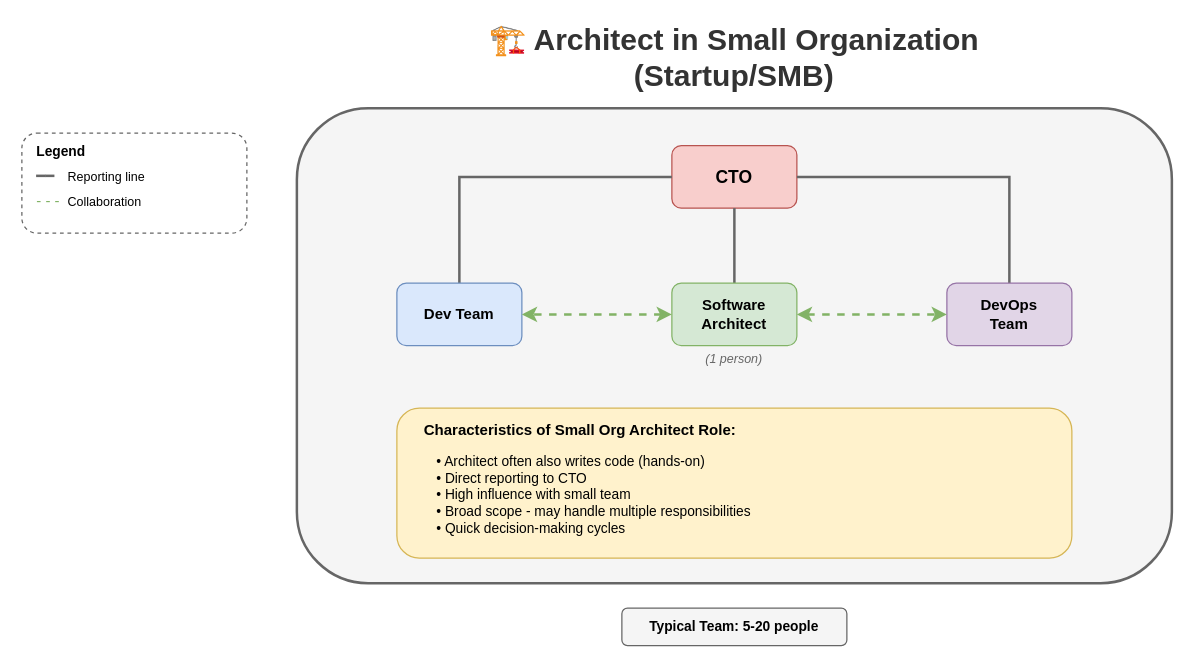
This is lesson-00-software-architect-overview/02-organizational-positioning/2.1-org-structure-small.drawio from MrParkerZ7/document-lesson-software-architect-x-claude, a draw.io file, before an edit. Source tidied: cells renumbered, new cells numbered last; positions are measured from the earlier drawing's top-left corner, leaving out a move shared by most shapes. Both pictures are drawn from the tidied source at 125%, with x=0, y=0 at pixel (21, 32).
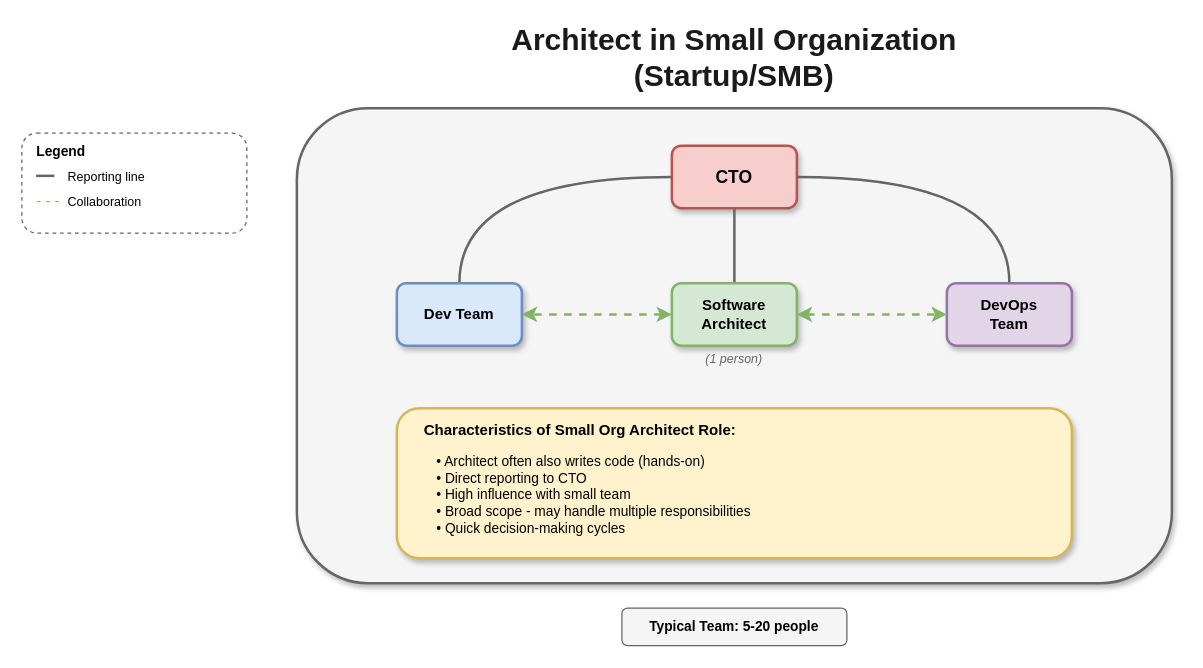
Above is the later version.

What changed in the source:
```diff
@@
-    <mxCell id="2" value="🏗️ Architect in Small Organization (Startup/SMB)" style="text;html=1;strokeColor=none;fillColor=none;align=center;verticalAlign=middle;whiteSpace=wrap;rounded=0;fontSize=24;fontStyle=1;fontColor=#333333;" parent="1" vertex="1">
+    <mxCell id="2" value="Architect in Small Organization (Startup/SMB)" style="text;html=1;strokeColor=none;fillColor=none;align=center;verticalAlign=middle;whiteSpace=wrap;rounded=0;fontSize=24;fontStyle=1;fontColor=#1a1a1a;" parent="1" vertex="1">
       <mxGeometry x="320" width="500" height="40" as="geometry" />
     </mxCell>
-    <mxCell id="3" style="rounded=1;whiteSpace=wrap;html=1;fillColor=#f5f5f5;strokeColor=#666666;strokeWidth=2;" parent="1" vertex="1">
+    <mxCell id="3" style="rounded=1;whiteSpace=wrap;html=1;fillColor=#f5f5f5;strokeColor=#666666;strokeWidth=2;shadow=1;" parent="1" vertex="1">
       <mxGeometry x="220" y="60" width="700" height="380" as="geometry" />
     </mxCell>
-    <mxCell id="4" value="CTO" style="rounded=1;whiteSpace=wrap;html=1;fillColor=#f8cecc;strokeColor=#b85450;fontSize=14;fontStyle=1;" parent="1" vertex="1">
+    <mxCell id="4" value="CTO" style="rounded=1;whiteSpace=wrap;html=1;fillColor=#f8cecc;strokeColor=#b85450;fontSize=14;fontStyle=1;shadow=1;strokeWidth=2;" parent="1" vertex="1">
       <mxGeometry x="520" y="90" width="100" height="50" as="geometry" />
     </mxCell>
-    <mxCell id="5" style="edgeStyle=orthogonalEdgeStyle;rounded=0;html=1;strokeColor=#666666;strokeWidth=2;endArrow=none;" parent="1" edge="1" source="4" target="8">
+    <mxCell id="5" style="edgeStyle=orthogonalEdgeStyle;curved=1;rounded=1;html=1;strokeColor=#666666;strokeWidth=2;endArrow=none;jumpStyle=arc;jumpSize=10;" parent="1" edge="1" source="4" target="8">
       <mxGeometry relative="1" as="geometry" />
     </mxCell>
-    <mxCell id="6" style="edgeStyle=orthogonalEdgeStyle;rounded=0;html=1;strokeColor=#666666;strokeWidth=2;endArrow=none;" parent="1" edge="1" source="4" target="9">
+    <mxCell id="6" style="edgeStyle=orthogonalEdgeStyle;curved=1;rounded=1;html=1;strokeColor=#666666;strokeWidth=2;endArrow=none;jumpStyle=arc;jumpSize=10;" parent="1" edge="1" source="4" target="9">
       <mxGeometry relative="1" as="geometry" />
     </mxCell>
-    <mxCell id="7" style="edgeStyle=orthogonalEdgeStyle;rounded=0;html=1;strokeColor=#666666;strokeWidth=2;endArrow=none;" parent="1" edge="1" source="4" target="10">
+    <mxCell id="7" style="edgeStyle=orthogonalEdgeStyle;curved=1;rounded=1;html=1;strokeColor=#666666;strokeWidth=2;endArrow=none;jumpStyle=arc;jumpSize=10;" parent="1" edge="1" source="4" target="10">
       <mxGeometry relative="1" as="geometry" />
     </mxCell>
-    <mxCell id="8" value="Dev Team" style="rounded=1;whiteSpace=wrap;html=1;fillColor=#dae8fc;strokeColor=#6c8ebf;fontSize=12;fontStyle=1;" parent="1" vertex="1">
+    <mxCell id="8" value="Dev Team" style="rounded=1;whiteSpace=wrap;html=1;fillColor=#dae8fc;strokeColor=#6c8ebf;fontSize=12;fontStyle=1;shadow=1;strokeWidth=2;" parent="1" vertex="1">
       <mxGeometry x="300" y="200" width="100" height="50" as="geometry" />
     </mxCell>
-    <mxCell id="9" value="Software&#10;Architect" style="rounded=1;whiteSpace=wrap;html=1;fillColor=#d5e8d4;strokeColor=#82b366;fontSize=12;fontStyle=1;" parent="1" vertex="1">
+    <mxCell id="9" value="Software&#10;Architect" style="rounded=1;whiteSpace=wrap;html=1;fillColor=#d5e8d4;strokeColor=#82b366;fontSize=12;fontStyle=1;shadow=1;strokeWidth=2;" parent="1" vertex="1">
       <mxGeometry x="520" y="200" width="100" height="50" as="geometry" />
     </mxCell>
-    <mxCell id="10" value="DevOps&#10;Team" style="rounded=1;whiteSpace=wrap;html=1;fillColor=#e1d5e7;strokeColor=#9673a6;fontSize=12;fontStyle=1;" parent="1" vertex="1">
+    <mxCell id="10" value="DevOps&#10;Team" style="rounded=1;whiteSpace=wrap;html=1;fillColor=#e1d5e7;strokeColor=#9673a6;fontSize=12;fontStyle=1;shadow=1;strokeWidth=2;" parent="1" vertex="1">
       <mxGeometry x="740" y="200" width="100" height="50" as="geometry" />
     </mxCell>
-    <mxCell id="11" style="edgeStyle=none;rounded=0;html=1;strokeColor=#82b366;strokeWidth=2;dashed=1;endArrow=classic;endFill=1;startArrow=classic;startFill=1;" parent="1" edge="1" source="9" target="8">
+    <mxCell id="11" style="edgeStyle=orthogonalEdgeStyle;curved=1;rounded=1;html=1;strokeColor=#82b366;strokeWidth=2;dashed=1;endArrow=classic;endFill=1;startArrow=classic;startFill=1;jumpStyle=arc;jumpSize=10;" parent="1" edge="1" source="9" target="8">
       <mxGeometry relative="1" as="geometry" />
     </mxCell>
-    <mxCell id="12" style="edgeStyle=none;rounded=0;html=1;strokeColor=#82b366;strokeWidth=2;dashed=1;endArrow=classic;endFill=1;startArrow=classic;startFill=1;" parent="1" edge="1" source="9" target="10">
+    <mxCell id="12" style="edgeStyle=orthogonalEdgeStyle;curved=1;rounded=1;html=1;strokeColor=#82b366;strokeWidth=2;dashed=1;endArrow=classic;endFill=1;startArrow=classic;startFill=1;jumpStyle=arc;jumpSize=10;" parent="1" edge="1" source="9" target="10">
       <mxGeometry relative="1" as="geometry" />
     </mxCell>
@@
-    <mxCell id="14" style="rounded=1;whiteSpace=wrap;html=1;fillColor=#fff2cc;strokeColor=#d6b656;strokeWidth=1;" parent="1" vertex="1">
+    <mxCell id="14" style="rounded=1;whiteSpace=wrap;html=1;fillColor=#fff2cc;strokeColor=#d6b656;strokeWidth=2;shadow=1;" parent="1" vertex="1">
       <mxGeometry x="300" y="300" width="540" height="120" as="geometry" />
     </mxCell>
```
